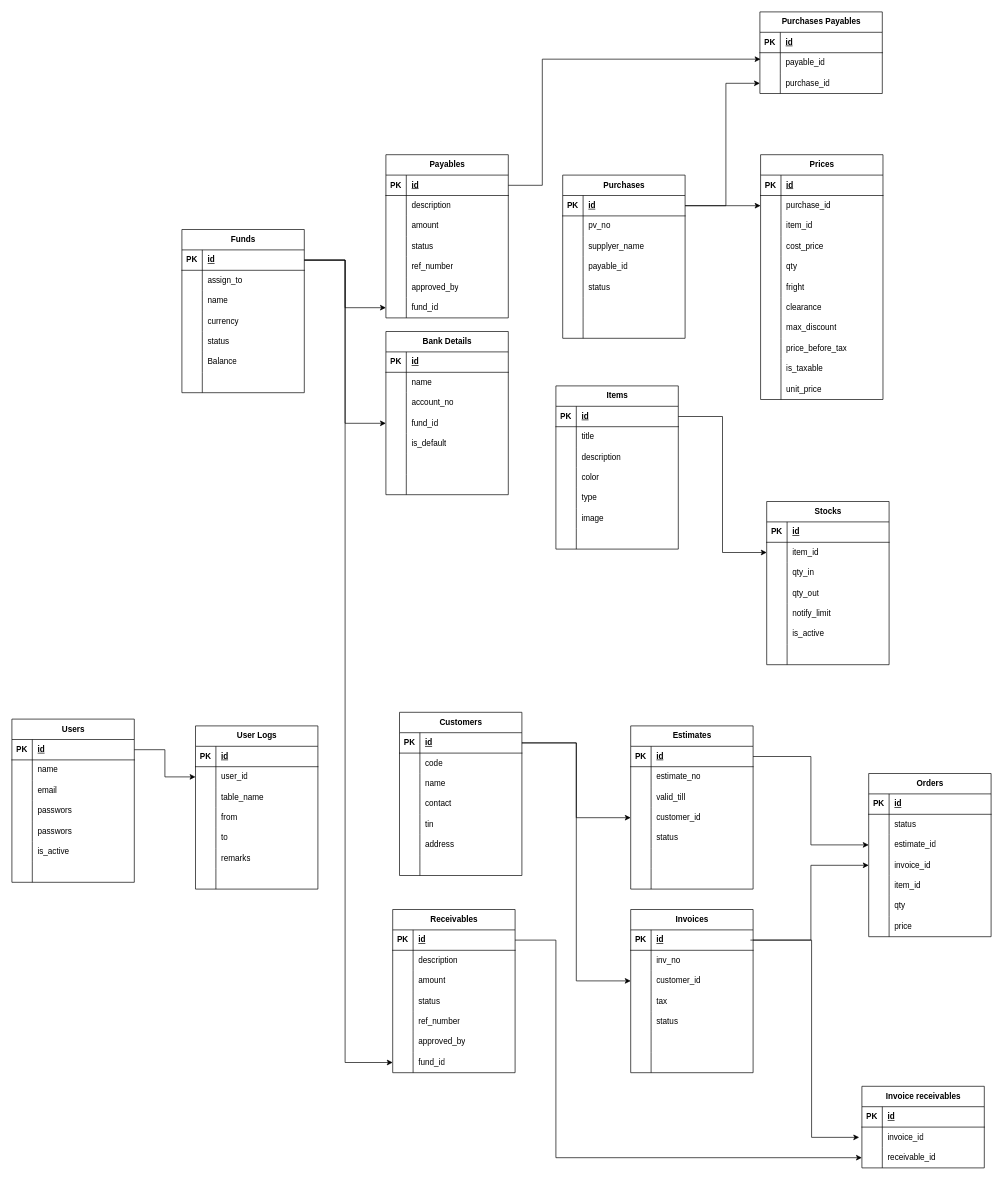
Above: Untitled Diagram.drawio in RILBERRY/wbs (draw.io), before the change. Source tidied: cells renumbered, new cells numbered last; positions are measured from the earlier drawing's top-left corner, leaving out a move shared by most shapes. Both pictures are drawn from the tidied source at 68%, with x=0, y=0 at pixel (12, 12).
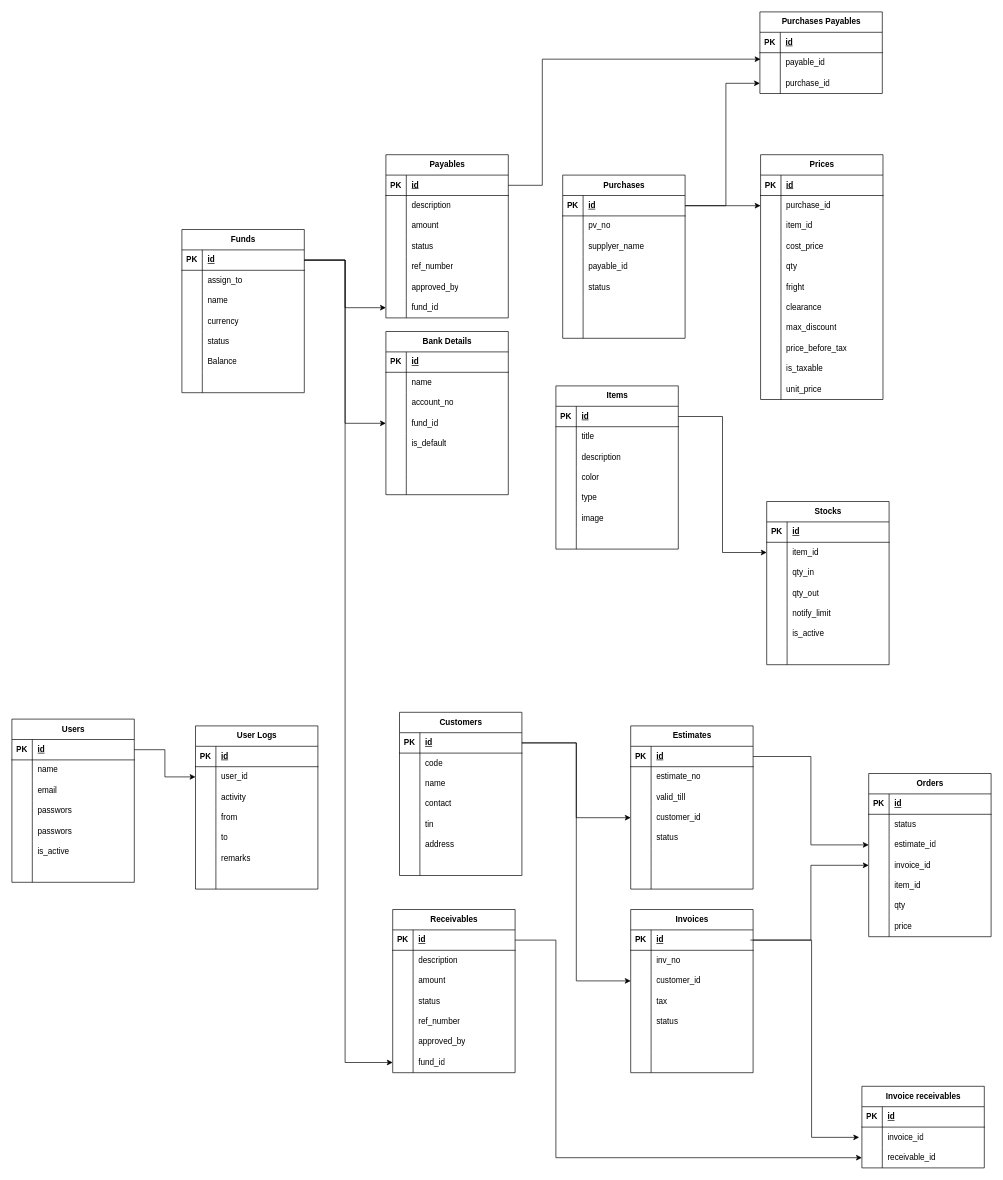
Above is the later version.

The change refers to these unchanged cells:
```xml
<mxCell id="340" style="shape=tableRow;horizontal=0;startSize=0;swimlaneHead=0;swimlaneBody=0;fillColor=none;top=0;left=0;right=0;bottom=0;" parent="333" vertex="1">
  <mxGeometry y="90" width="180" height="30" as="geometry" />
</mxCell>
```

Change to the diagram source:
```diff
@@
-    <mxCell id="342" value="table_name" style="shape=partialRectangle;fillColor=none;top=0;left=0;bottom=0;right=0;align=left;spacingLeft=6;overflow=hidden;whiteSpace=wrap;html=1;" parent="340" vertex="1">
+    <mxCell id="342" value="activity" style="shape=partialRectangle;fillColor=none;top=0;left=0;bottom=0;right=0;align=left;spacingLeft=6;overflow=hidden;whiteSpace=wrap;html=1;" parent="340" vertex="1">
       <mxGeometry x="30" width="150" height="30" as="geometry" />
     </mxCell>
```
